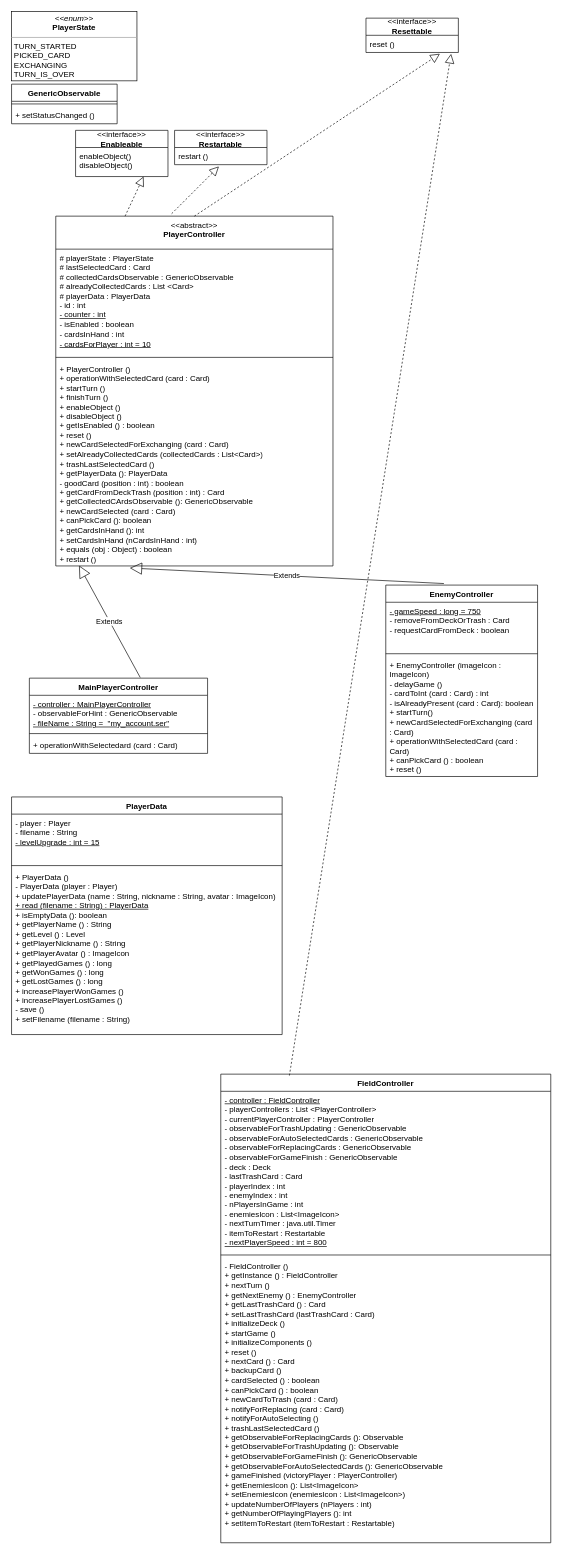
This is page "Controller" (2 of 3) of JTrash.drawio from TommasoBruni/JTrash, a draw.io file, before an edit. Source tidied: cells renumbered, new cells numbered last; positions are measured from the earlier drawing's top-left corner, leaving out a move shared by most shapes. Both pictures are drawn from the tidied source at 66%, with x=0, y=0 at pixel (11, 11).
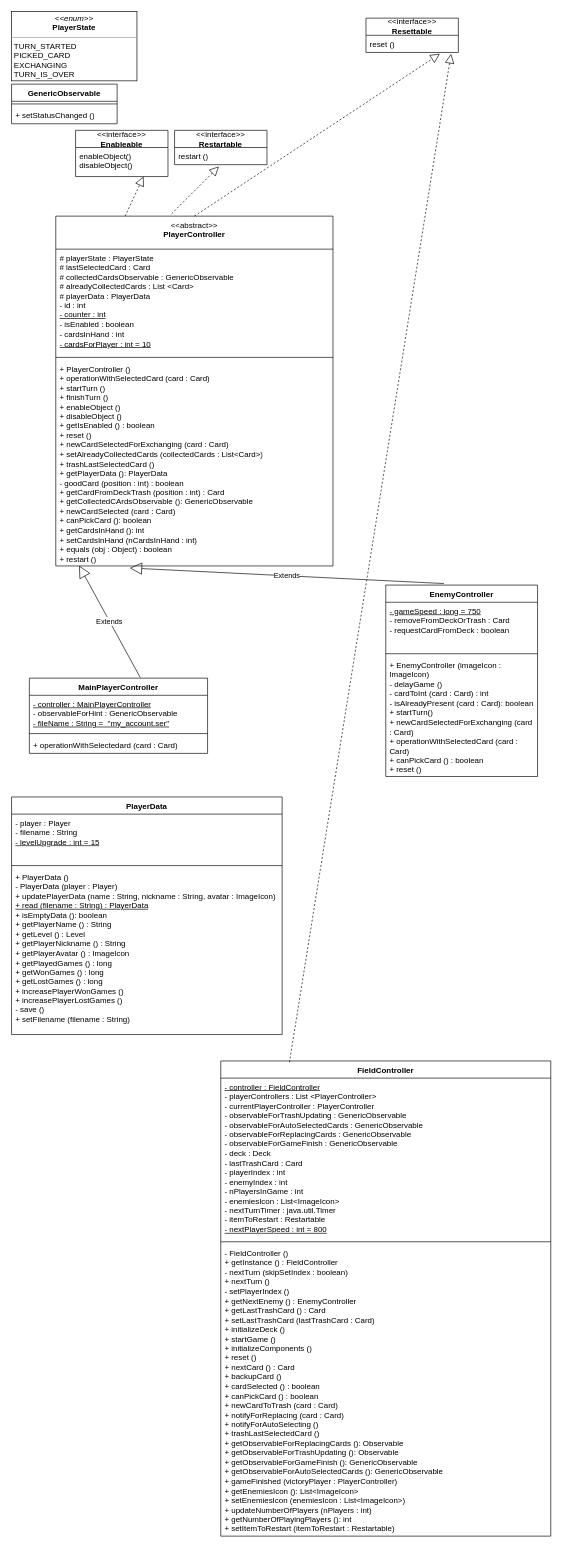
The same diagram, later.

Commit message (it also covers changes not shown here):
fixed turn rotation

The edit, as a diff of the source:
```diff
@@
     <mxCell id="33" value="FieldController" style="swimlane;fontStyle=1;align=center;verticalAlign=top;horizontal=1;startSize=26;whiteSpace=wrap;html=1;" parent="1" vertex="1">
-      <mxGeometry x="317" y="1610" width="500" height="710" as="geometry" />
+      <mxGeometry x="317" y="1590" width="500" height="720" as="geometry" />
     </mxCell>
@@
-    <mxCell id="36" value="- FieldController ()&lt;br&gt;+ getInstance () : FieldController&lt;br&gt;+ nextTurn ()&lt;br&gt;+ getNextEnemy () : EnemyController&lt;br&gt;+ getLastTrashCard () : Card&lt;br&gt;+ setLastTrashCard (lastTrashCard : Card)&lt;br&gt;+ initializeDeck ()&lt;br&gt;+ startGame ()&lt;br&gt;+ initializeComponents ()&lt;br&gt;+ reset ()&lt;br&gt;+ nextCard () : Card&lt;br&gt;+ backupCard ()&lt;br&gt;+ cardSelected () : boolean&lt;br&gt;+ canPickCard () : boolean&lt;br&gt;+ newCardToTrash (card : Card)&lt;br&gt;+ notifyForReplacing (card : Card)&lt;br&gt;+ notifyForAutoSelecting ()&lt;br&gt;+ trashLastSelectedCard ()&lt;br&gt;+ getObservableForReplacingCards (): Observable&lt;br&gt;+ getObservableForTrashUpdating (): Observable&lt;br&gt;+ getObservableForGameFinish (): GenericObservable&lt;br&gt;+ getObservableForAutoSelectedCards (): GenericObservable&lt;br&gt;+ gameFinished (victoryPlayer : PlayerController)&lt;br&gt;+ getEnemiesIcon (): List&amp;lt;ImageIcon&amp;gt;&lt;br&gt;+ setEnemiesIcon (enemiesIcon : List&amp;lt;ImageIcon&amp;gt;)&lt;br&gt;+ updateNumberOfPlayers (nPlayers : int)&lt;br&gt;+ getNumberOfPlayingPlayers (): int&lt;br&gt;+ setItemToRestart (itemToRestart : Restartable)" style="text;strokeColor=none;fillColor=none;align=left;verticalAlign=top;spacingLeft=4;spacingRight=4;overflow=hidden;whiteSpace=wrap;html=1;" parent="33" vertex="1">
-      <mxGeometry y="278" width="500" height="432" as="geometry" />
+    <mxCell id="36" value="- FieldController ()&lt;br&gt;+ getInstance () : FieldController&lt;br&gt;- nextTurn (skipSetIndex : boolean)&lt;br&gt;+ nextTurn ()&lt;br&gt;- setPlayerIndex ()&lt;br&gt;+ getNextEnemy () : EnemyController&lt;br&gt;+ getLastTrashCard () : Card&lt;br&gt;+ setLastTrashCard (lastTrashCard : Card)&lt;br&gt;+ initializeDeck ()&lt;br&gt;+ startGame ()&lt;br&gt;+ initializeComponents ()&lt;br&gt;+ reset ()&lt;br&gt;+ nextCard () : Card&lt;br&gt;+ backupCard ()&lt;br&gt;+ cardSelected () : boolean&lt;br&gt;+ canPickCard () : boolean&lt;br&gt;+ newCardToTrash (card : Card)&lt;br&gt;+ notifyForReplacing (card : Card)&lt;br&gt;+ notifyForAutoSelecting ()&lt;br&gt;+ trashLastSelectedCard ()&lt;br&gt;+ getObservableForReplacingCards (): Observable&lt;br&gt;+ getObservableForTrashUpdating (): Observable&lt;br&gt;+ getObservableForGameFinish (): GenericObservable&lt;br&gt;+ getObservableForAutoSelectedCards (): GenericObservable&lt;br&gt;+ gameFinished (victoryPlayer : PlayerController)&lt;br&gt;+ getEnemiesIcon (): List&amp;lt;ImageIcon&amp;gt;&lt;br&gt;+ setEnemiesIcon (enemiesIcon : List&amp;lt;ImageIcon&amp;gt;)&lt;br&gt;+ updateNumberOfPlayers (nPlayers : int)&lt;br&gt;+ getNumberOfPlayingPlayers (): int&lt;br&gt;+ setItemToRestart (itemToRestart : Restartable)" style="text;strokeColor=none;fillColor=none;align=left;verticalAlign=top;spacingLeft=4;spacingRight=4;overflow=hidden;whiteSpace=wrap;html=1;" parent="33" vertex="1">
+      <mxGeometry y="278" width="500" height="442" as="geometry" />
     </mxCell>
```
